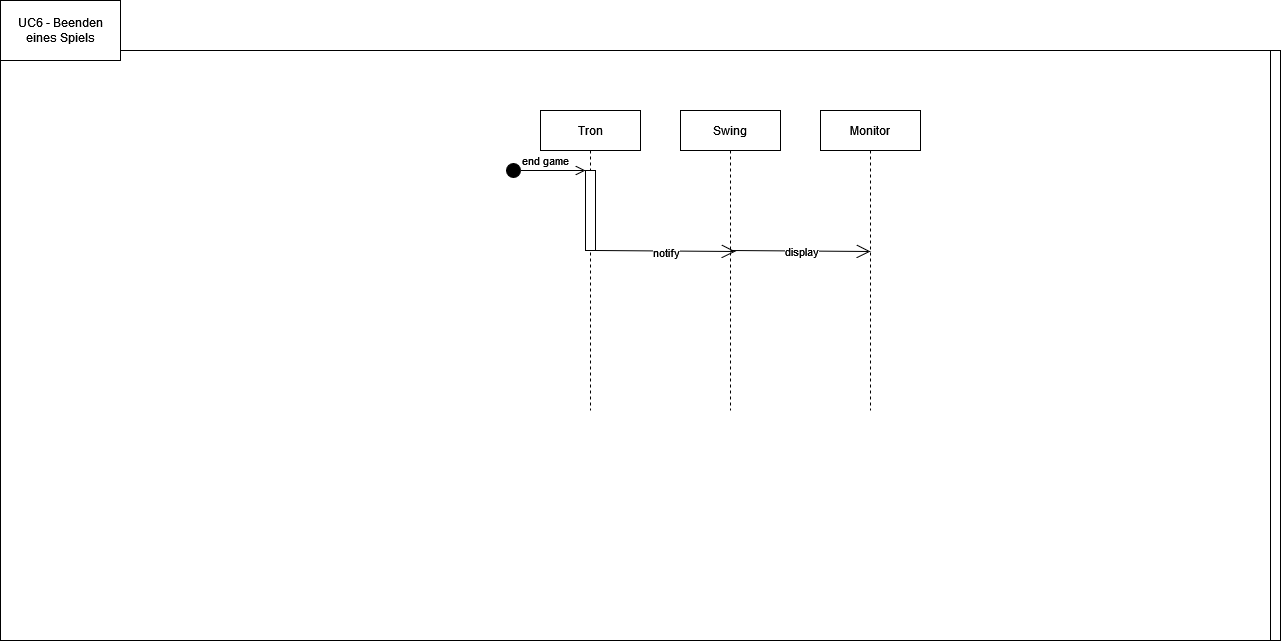
Above: Arc42/Assets/technischer Kontext-UC6.drawio.png in MorenoS96/vsp (draw.io), before the change. Source tidied: cells renumbered, new cells last; positions are measured from the earlier drawing's top-left corner, leaving out a move shared by most shapes. The source it was exported from:
```xml
<mxGraphModel>
  <root>
    <mxCell id="0" />
    <mxCell id="1" parent="0" />
    <mxCell id="2" style="rounded=0;whiteSpace=wrap;html=1;" parent="1" vertex="1">
      <mxGeometry x="10" y="50" width="1270" height="590" as="geometry" />
    </mxCell>
    <mxCell id="3" value="Tastatur" style="shape=umlLifeline;perimeter=lifelinePerimeter;rounded=0;shadow=0;strokeWidth=1;" parent="1" vertex="1">
      <mxGeometry x="80" y="110" width="100" height="300" as="geometry" />
    </mxCell>
    <mxCell id="4" value="JVM" style="shape=umlLifeline;perimeter=lifelinePerimeter;rounded=0;shadow=0;strokeWidth=1;" parent="1" vertex="1">
      <mxGeometry x="260" y="110" width="100" height="300" as="geometry" />
    </mxCell>
    <mxCell id="5" value="UC6 - Beenden eines Spiels" style="rounded=0;whiteSpace=wrap;html=1;" parent="1" vertex="1">
      <mxGeometry width="120" height="60" as="geometry" />
    </mxCell>
    <mxCell id="6" value="pushInput" style="endArrow=open;html=1;rounded=0;exitX=0.48;exitY=0.33;exitDx=0;exitDy=0;exitPerimeter=0;entryX=0.51;entryY=0.333;entryDx=0;entryDy=0;entryPerimeter=0;endFill=0;endSize=12;" parent="1" edge="1" source="3" target="4">
      <mxGeometry relative="1" as="geometry" />
    </mxCell>
    <mxCell id="7" value="AWT" style="shape=umlLifeline;perimeter=lifelinePerimeter;rounded=0;shadow=0;strokeWidth=1;" parent="1" vertex="1">
      <mxGeometry x="400" y="110" width="100" height="300" as="geometry" />
    </mxCell>
    <mxCell id="8" value="notify" style="endArrow=open;html=1;rounded=0;exitX=0.48;exitY=0.33;exitDx=0;exitDy=0;exitPerimeter=0;endFill=0;endSize=12;" parent="7" edge="1">
      <mxGeometry relative="1" as="geometry">
        <mxPoint x="-90" y="109" as="sourcePoint" />
        <mxPoint x="50" y="110" as="targetPoint" />
      </mxGeometry>
    </mxCell>
    <mxCell id="9" value="Tron" style="shape=umlLifeline;perimeter=lifelinePerimeter;rounded=0;shadow=0;strokeWidth=1;" parent="1" vertex="1">
      <mxGeometry x="540" y="110" width="135" height="300" as="geometry" />
    </mxCell>
    <mxCell id="10" value="notify" style="endArrow=open;html=1;rounded=0;exitX=0.48;exitY=0.33;exitDx=0;exitDy=0;exitPerimeter=0;endFill=0;endSize=12;" parent="9" edge="1">
      <mxGeometry relative="1" as="geometry">
        <mxPoint x="-90" y="109" as="sourcePoint" />
        <mxPoint x="50" y="110" as="targetPoint" />
      </mxGeometry>
    </mxCell>
    <mxCell id="11" style="html=1;perimeter=orthogonalPerimeter;" parent="9" vertex="1">
      <mxGeometry x="45" y="110" width="10" height="30" as="geometry" />
    </mxCell>
    <mxCell id="12" value="check/handle input" style="text;html=1;strokeColor=none;fillColor=none;align=center;verticalAlign=middle;whiteSpace=wrap;rounded=0;" parent="9" vertex="1">
      <mxGeometry x="70" y="100" width="60" height="30" as="geometry" />
    </mxCell>
    <mxCell id="13" value="Swing" style="shape=umlLifeline;perimeter=lifelinePerimeter;rounded=0;shadow=0;strokeWidth=1;" parent="1" vertex="1">
      <mxGeometry x="680" y="110" width="100" height="300" as="geometry" />
    </mxCell>
    <mxCell id="14" value="display" style="endArrow=open;html=1;rounded=0;exitX=0.48;exitY=0.33;exitDx=0;exitDy=0;exitPerimeter=0;endFill=0;endSize=12;" parent="13" edge="1">
      <mxGeometry relative="1" as="geometry">
        <mxPoint x="50" y="140" as="sourcePoint" />
        <mxPoint x="190" y="141" as="targetPoint" />
      </mxGeometry>
    </mxCell>
    <mxCell id="15" value="Monitor" style="shape=umlLifeline;perimeter=lifelinePerimeter;rounded=0;shadow=0;strokeWidth=1;" parent="1" vertex="1">
      <mxGeometry x="820" y="110" width="100" height="300" as="geometry" />
    </mxCell>
    <mxCell id="16" value="notify" style="endArrow=open;html=1;rounded=0;exitX=0.48;exitY=0.33;exitDx=0;exitDy=0;exitPerimeter=0;endFill=0;endSize=12;" parent="1" edge="1">
      <mxGeometry relative="1" as="geometry">
        <mxPoint x="590" y="250" as="sourcePoint" />
        <mxPoint x="730" y="251" as="targetPoint" />
      </mxGeometry>
    </mxCell>
    <mxCell id="17" style="rounded=0;whiteSpace=wrap;html=1;" parent="1" vertex="1">
      <mxGeometry y="50" width="1270" height="590" as="geometry" />
    </mxCell>
    <mxCell id="18" value="UC6 - Beenden eines Spiels" style="rounded=0;whiteSpace=wrap;html=1;" parent="1" vertex="1">
      <mxGeometry width="120" height="60" as="geometry" />
    </mxCell>
    <mxCell id="19" value="Tron" style="shape=umlLifeline;perimeter=lifelinePerimeter;rounded=0;shadow=0;strokeWidth=1;" parent="1" vertex="1">
      <mxGeometry x="540" y="110" width="100" height="300" as="geometry" />
    </mxCell>
    <mxCell id="20" style="html=1;perimeter=orthogonalPerimeter;" parent="19" vertex="1">
      <mxGeometry x="45" y="60" width="10" height="80" as="geometry" />
    </mxCell>
    <mxCell id="21" value="end game" style="html=1;verticalAlign=bottom;startArrow=circle;startFill=1;endArrow=open;startSize=6;endSize=8;rounded=0;" parent="19" edge="1">
      <mxGeometry relative="1" as="geometry">
        <mxPoint x="-35" y="60" as="sourcePoint" />
        <mxPoint x="45" y="60" as="targetPoint" />
      </mxGeometry>
    </mxCell>
    <mxCell id="22" value="Swing" style="shape=umlLifeline;perimeter=lifelinePerimeter;rounded=0;shadow=0;strokeWidth=1;" parent="1" vertex="1">
      <mxGeometry x="680" y="110" width="100" height="300" as="geometry" />
    </mxCell>
    <mxCell id="23" value="notify" style="endArrow=open;html=1;rounded=0;exitX=0.48;exitY=0.33;exitDx=0;exitDy=0;exitPerimeter=0;endFill=0;endSize=12;" parent="22" edge="1">
      <mxGeometry relative="1" as="geometry">
        <mxPoint x="-85" y="140" as="sourcePoint" />
        <mxPoint x="55" y="141" as="targetPoint" />
        <mxPoint y="1" as="offset" />
      </mxGeometry>
    </mxCell>
    <mxCell id="24" value="display" style="endArrow=open;html=1;rounded=0;exitX=0.48;exitY=0.33;exitDx=0;exitDy=0;exitPerimeter=0;endFill=0;endSize=12;" parent="22" edge="1">
      <mxGeometry relative="1" as="geometry">
        <mxPoint x="50" y="140" as="sourcePoint" />
        <mxPoint x="190" y="141" as="targetPoint" />
      </mxGeometry>
    </mxCell>
    <mxCell id="25" value="Monitor" style="shape=umlLifeline;perimeter=lifelinePerimeter;rounded=0;shadow=0;strokeWidth=1;" parent="1" vertex="1">
      <mxGeometry x="820" y="110" width="100" height="300" as="geometry" />
    </mxCell>
  </root>
</mxGraphModel>
```
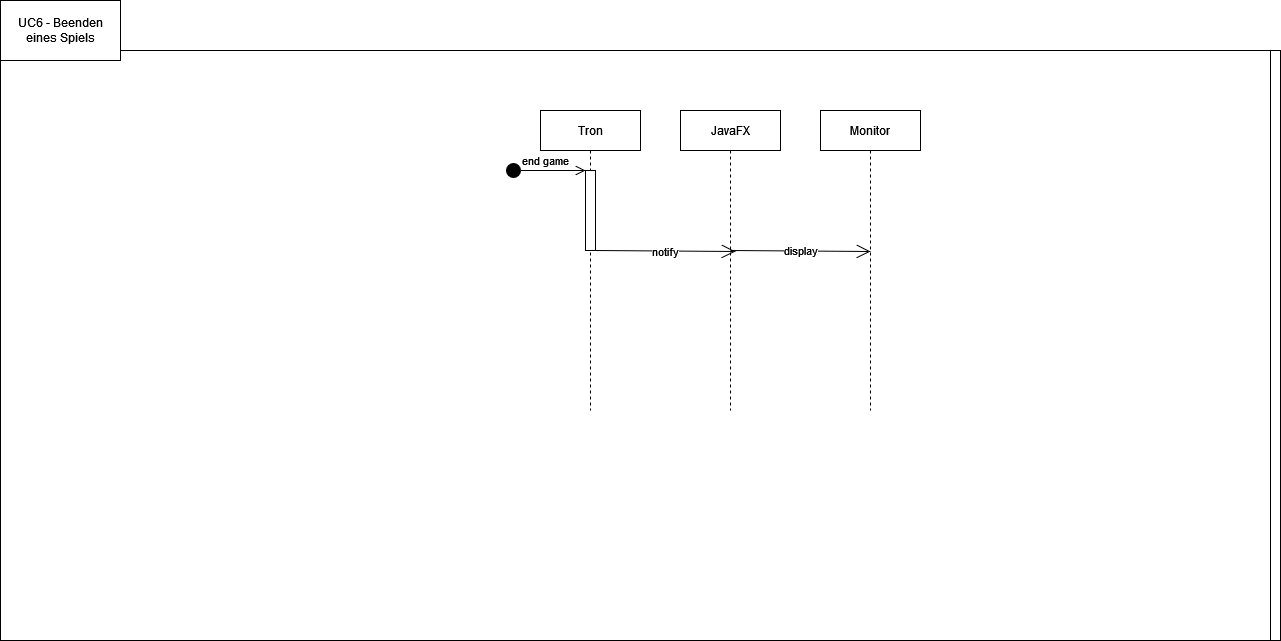
Above is the later version.

Diff of the diagram source:
```diff
@@ -77,7 +77,7 @@
         <mxPoint x="45" y="60" as="targetPoint" />
       </mxGeometry>
     </mxCell>
-    <mxCell id="22" value="Swing" style="shape=umlLifeline;perimeter=lifelinePerimeter;rounded=0;shadow=0;strokeWidth=1;" parent="1" vertex="1">
+    <mxCell id="22" value="JavaFX" style="shape=umlLifeline;perimeter=lifelinePerimeter;rounded=0;shadow=0;strokeWidth=1;" parent="1" vertex="1">
       <mxGeometry x="680" y="110" width="100" height="300" as="geometry" />
     </mxCell>
     <mxCell id="23" value="notify" style="endArrow=open;html=1;rounded=0;exitX=0.48;exitY=0.33;exitDx=0;exitDy=0;exitPerimeter=0;endFill=0;endSize=12;" parent="22" edge="1">
```
